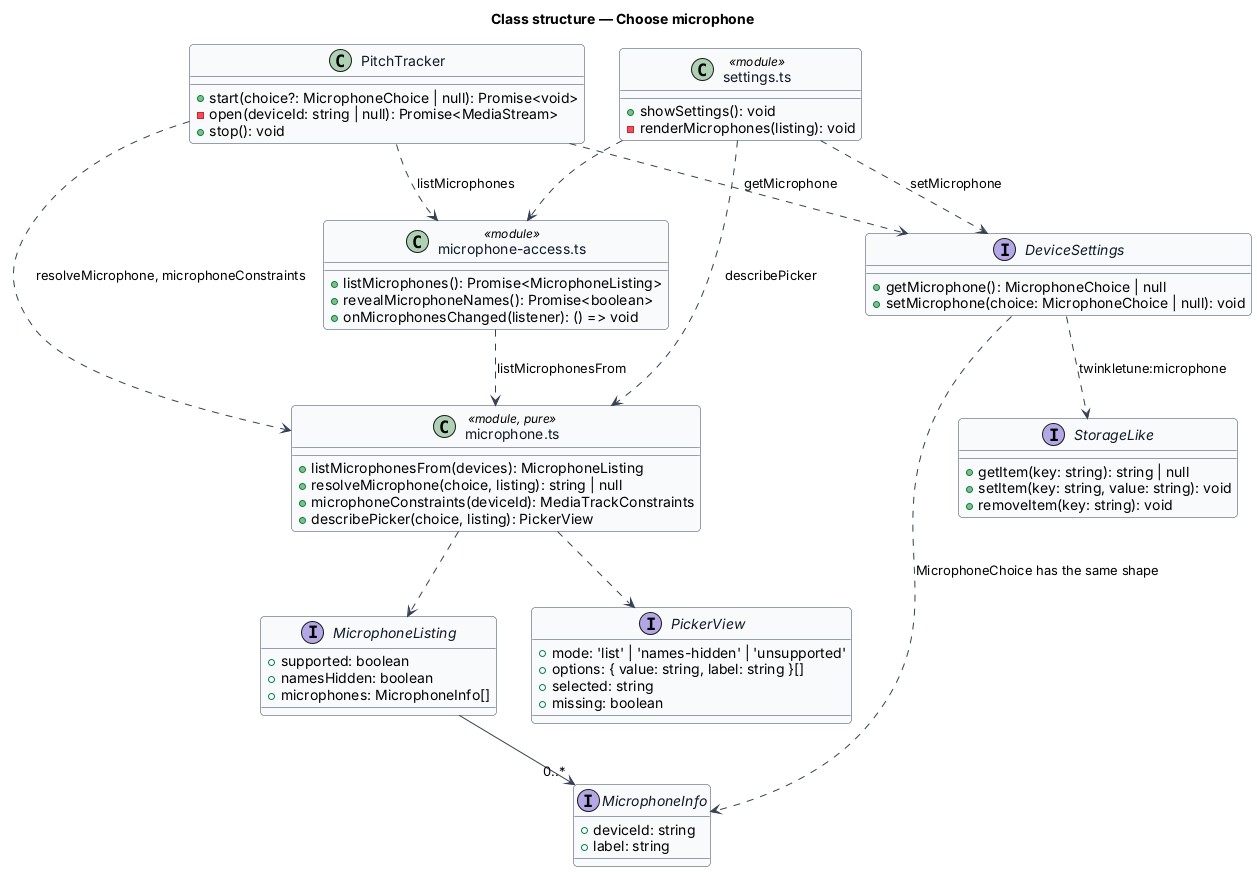
This is docs/detailed-designs/grown-ups-corner/choose-microphone/diagrams/class-structure.png from QuinntyneBrown/TwinkleTune, a PlantUML export, as it was before one commit.
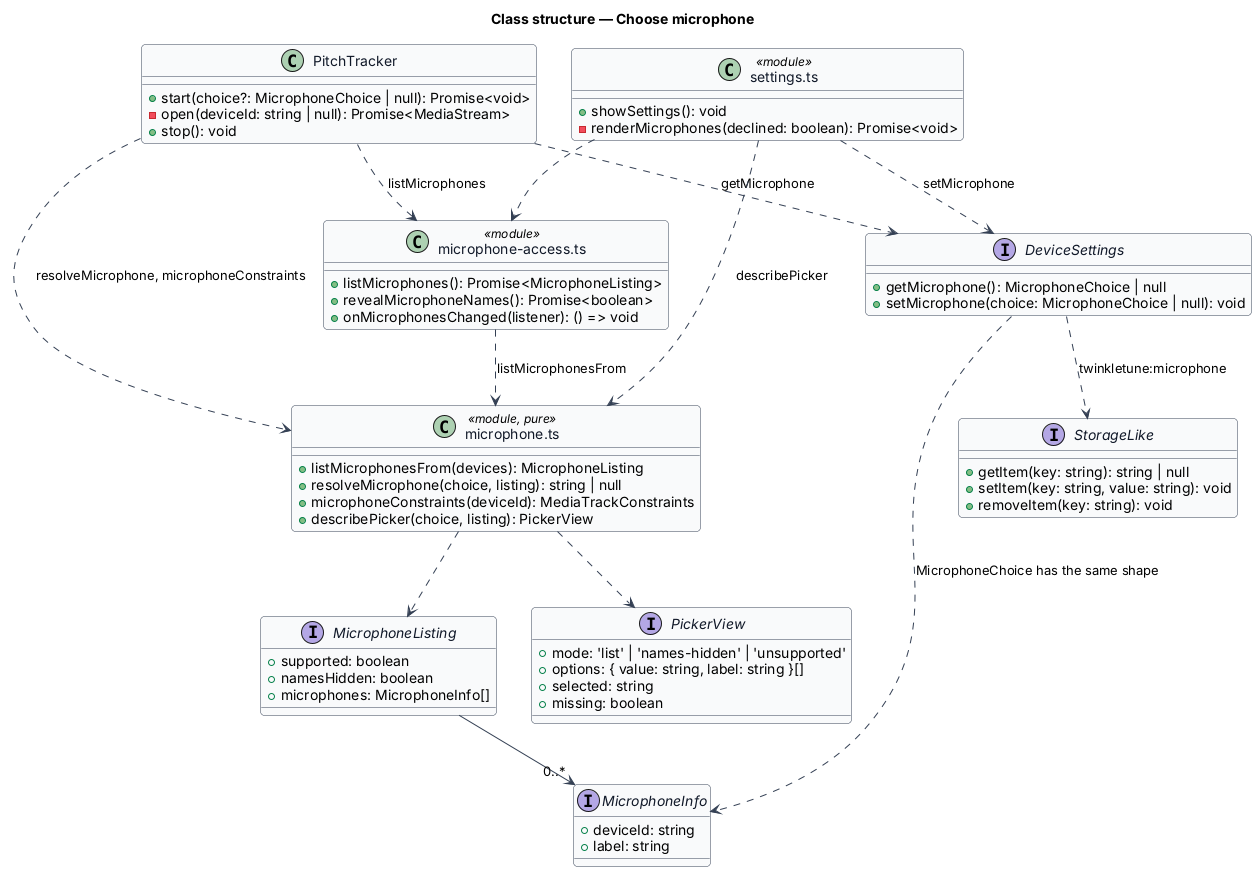
Later version of the same file.

What changed in the source:
```diff
@@ -61,7 +61,7 @@
 
 class "settings.ts" as SettingsMod <<module>> {
   +showSettings(): void
-  -renderMicrophones(listing): void
+  -renderMicrophones(declined: boolean): Promise<void>
 }
 
 MicrophoneListing --> "0..*" MicrophoneInfo
```
